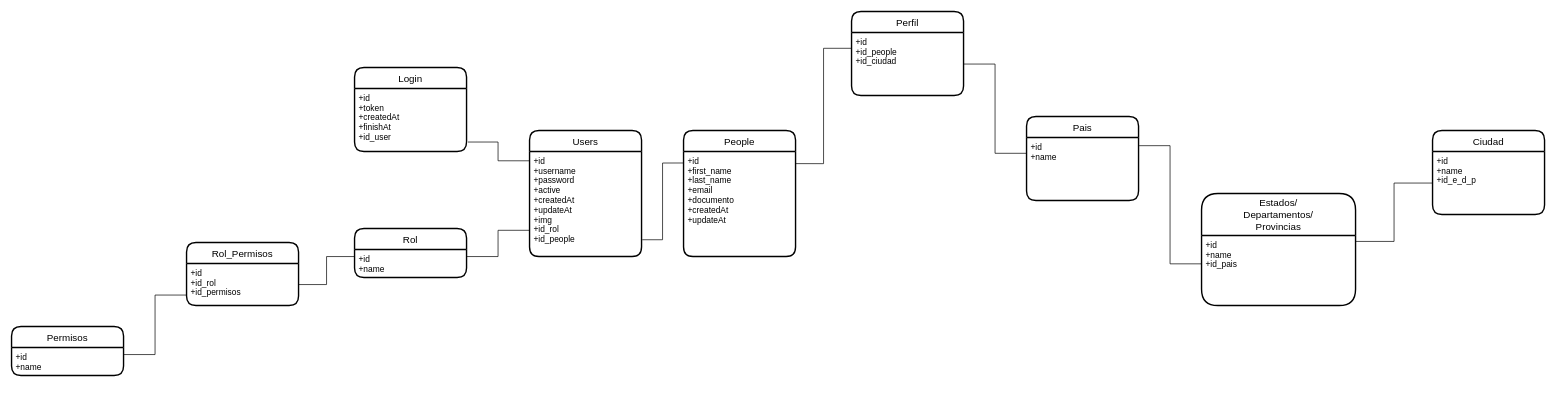
This is Travel.drawio from KitotsuMolina/Travel, a draw.io file, before an edit. Source tidied: cells renumbered, new cells numbered last; positions are measured from the earlier drawing's top-left corner, leaving out a move shared by most shapes. Both pictures are drawn from the tidied source at 70%, with x=0, y=0 at pixel (11, 11).
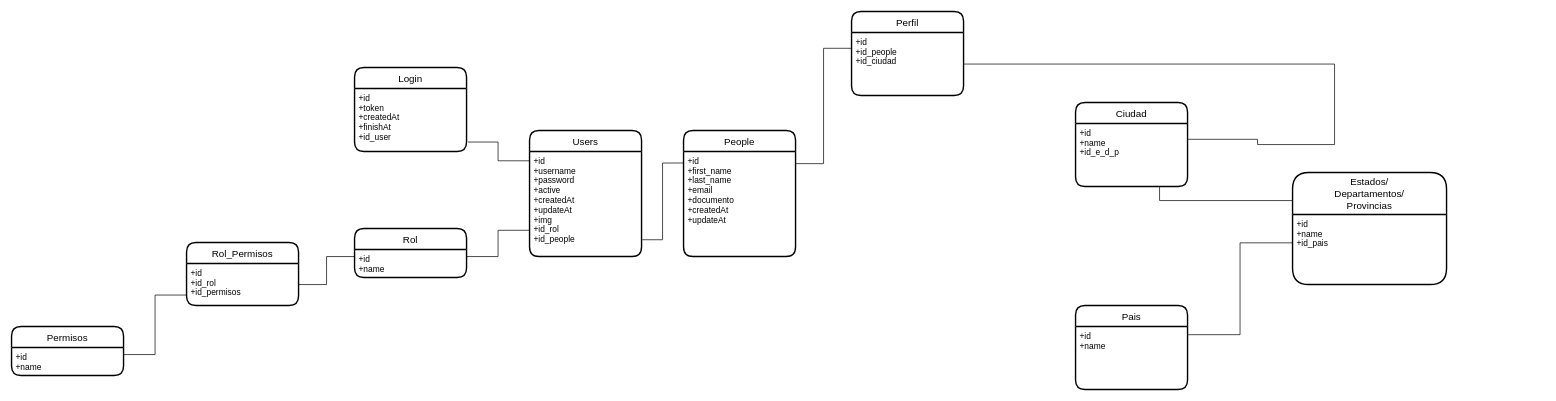
After the change.

The change refers to these unchanged cells:
```xml
<mxCell id="20" value="+id&#10;+id_people&#10;+id_ciudad" style="align=left;strokeColor=none;fillColor=none;spacingLeft=4;fontSize=12;verticalAlign=top;" parent="19" vertex="1">
  <mxGeometry y="30" width="160" height="90" as="geometry" />
</mxCell>
<mxCell id="22" value="+id&#10;+name" style="align=left;strokeColor=none;fillColor=none;spacingLeft=4;fontSize=12;verticalAlign=top;" parent="21" vertex="1">
  <mxGeometry y="30" width="160" height="90" as="geometry" />
</mxCell>
<mxCell id="24" value="+id&#10;+name&#10;+id_pais" style="align=left;strokeColor=none;fillColor=none;spacingLeft=4;fontSize=12;verticalAlign=top;" parent="23" vertex="1">
  <mxGeometry y="60" width="220" height="100" as="geometry" />
</mxCell>
<mxCell id="26" value="+id&#10;+name&#10;+id_e_d_p" style="align=left;strokeColor=none;fillColor=none;spacingLeft=4;fontSize=12;verticalAlign=top;" parent="25" vertex="1">
  <mxGeometry y="30" width="160" height="90" as="geometry" />
</mxCell>
```

What changed in the source:
```diff
@@
     <mxCell id="21" value="Pais" style="swimlane;horizontal=1;startSize=30;rounded=1;fontSize=14;fontStyle=0;strokeWidth=2;shadow=0;dashed=0;align=center;" parent="1" vertex="1">
-      <mxGeometry x="1450" y="150" width="160" height="120" as="geometry" />
+      <mxGeometry x="1520" y="420" width="160" height="120" as="geometry" />
     </mxCell>
@@
     <mxCell id="23" value="Estados/&#10;Departamentos/&#10;Provincias" style="swimlane;horizontal=1;startSize=60;rounded=1;fontSize=14;fontStyle=0;strokeWidth=2;shadow=0;dashed=0;align=center;arcSize=13;" parent="1" vertex="1">
-      <mxGeometry x="1700" y="260" width="220" height="160" as="geometry" />
+      <mxGeometry x="1830" y="230" width="220" height="160" as="geometry" />
     </mxCell>
@@
     <mxCell id="25" value="Ciudad" style="swimlane;horizontal=1;startSize=30;rounded=1;fontSize=14;fontStyle=0;strokeWidth=2;shadow=0;dashed=0;align=center;" parent="1" vertex="1">
-      <mxGeometry x="2030" y="170" width="160" height="120" as="geometry" />
+      <mxGeometry x="1520" y="130" width="160" height="120" as="geometry" />
     </mxCell>
@@
-    <mxCell id="28" style="edgeStyle=orthogonalEdgeStyle;rounded=0;jettySize=auto;html=1;exitX=0;exitY=0.5;exitDx=0;exitDy=0;entryX=1.002;entryY=0.084;entryDx=0;entryDy=0;entryPerimeter=0;endArrow=none;endFill=0;" parent="1" edge="1" source="26" target="24">
+    <mxCell id="28" style="edgeStyle=orthogonalEdgeStyle;rounded=0;jettySize=auto;html=1;exitX=0.75;exitY=1;exitDx=0;exitDy=0;entryX=0;entryY=0.25;entryDx=0;entryDy=0;endArrow=none;endFill=0;" parent="1" edge="1" source="26" target="23">
       <mxGeometry relative="1" as="geometry" />
     </mxCell>
@@
-    <mxCell id="30" style="edgeStyle=orthogonalEdgeStyle;rounded=0;jettySize=auto;html=1;exitX=0;exitY=0.25;exitDx=0;exitDy=0;entryX=1;entryY=0.5;entryDx=0;entryDy=0;startArrow=none;startFill=0;endArrow=none;endFill=0;" parent="1" edge="1" source="22" target="20">
-      <mxGeometry relative="1" as="geometry" />
+    <mxCell id="30" style="edgeStyle=orthogonalEdgeStyle;rounded=0;jettySize=auto;html=1;exitX=1;exitY=0.25;exitDx=0;exitDy=0;entryX=1;entryY=0.5;entryDx=0;entryDy=0;startArrow=none;startFill=0;endArrow=none;endFill=0;" parent="1" edge="1" source="26" target="20">
+      <mxGeometry relative="1" as="geometry">
+        <Array as="points">
+          <mxPoint x="1780" y="183" />
+          <mxPoint x="1780" y="190" />
+          <mxPoint x="1890" y="190" />
+          <mxPoint x="1890" y="75" />
+        </Array>
+      </mxGeometry>
     </mxCell>
```
